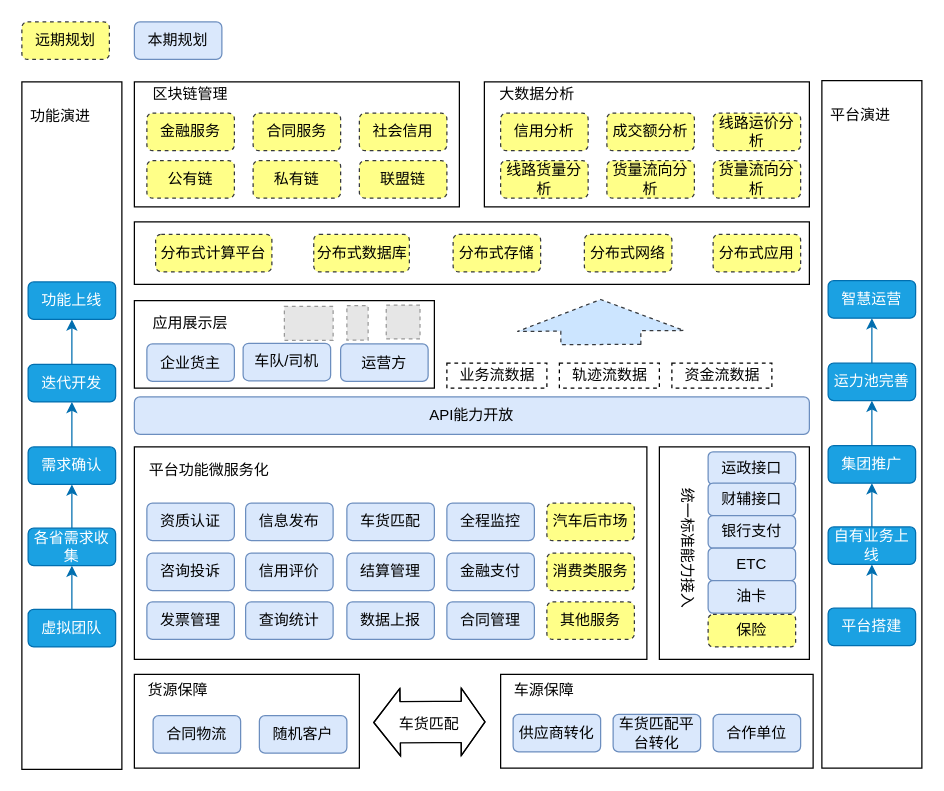
Earlier version of the draw.io diagram 平台业务架构.drawio (chenyibang/rdpwrap). Source tidied: cells renumbered, new cells numbered last; positions are measured from the earlier drawing's top-left corner, leaving out a move shared by most shapes. Both pictures are drawn from the tidied source at 125%, with x=0, y=0 at pixel (21, 21). Pictures stored in the file or linked from it are replaced by grey dashed boxes.
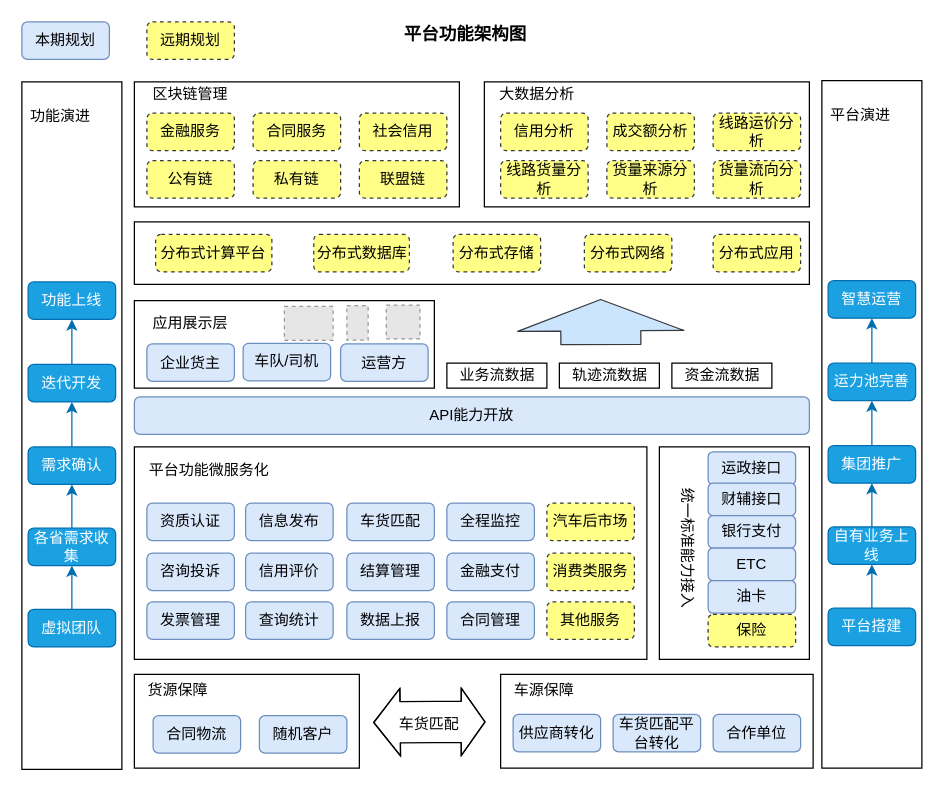
Above is the later version.

Commit message:
更新平台业务架构.drawio

What changed in the source:
```diff
@@
-    <mxCell id="54" value="业务流数据" style="text;html=1;align=center;verticalAlign=middle;rounded=0;strokeColor=#000000;dashed=1;" parent="1" vertex="1">
+    <mxCell id="54" value="业务流数据" style="text;html=1;align=center;verticalAlign=middle;rounded=0;strokeColor=#000000;" parent="1" vertex="1">
       <mxGeometry x="340" y="273" width="80" height="20" as="geometry" />
     </mxCell>
-    <mxCell id="55" style="endArrow=classic;html=1;strokeColor=#36393d;shape=flexArrow;endWidth=68;endSize=8.05;width=64;fillColor=#cce5ff;dashed=1;" parent="1" edge="1">
+    <mxCell id="55" style="endArrow=classic;html=1;strokeColor=#36393d;shape=flexArrow;endWidth=68;endSize=8.05;width=64;fillColor=#cce5ff;" parent="1" edge="1">
       <mxGeometry relative="1" as="geometry">
         <mxPoint x="463.2" y="258.6" as="sourcePoint" />
         <mxPoint x="463" y="221.6" as="targetPoint" />
       </mxGeometry>
     </mxCell>
-    <mxCell id="56" value="轨迹流数据" style="text;html=1;align=center;verticalAlign=middle;strokeColor=#000000;dashed=1;" parent="1" vertex="1">
+    <mxCell id="56" value="轨迹流数据" style="text;html=1;align=center;verticalAlign=middle;strokeColor=#000000;" parent="1" vertex="1">
       <mxGeometry x="430" y="273" width="80" height="20" as="geometry" />
     </mxCell>
-    <mxCell id="57" value="资金流数据" style="text;html=1;align=center;verticalAlign=middle;strokeColor=#000000;dashed=1;" parent="1" vertex="1">
+    <mxCell id="57" value="资金流数据" style="text;html=1;align=center;verticalAlign=middle;strokeColor=#000000;" parent="1" vertex="1">
       <mxGeometry x="520" y="273" width="80" height="20" as="geometry" />
     </mxCell>
@@
-    <mxCell id="77" value="货量流向分析" style="rounded=1;whiteSpace=wrap;html=1;fillColor=#ffff88;strokeColor=#36393d;dashed=1;" parent="1" vertex="1">
+    <mxCell id="77" value="货量来源分析" style="rounded=1;whiteSpace=wrap;html=1;fillColor=#ffff88;strokeColor=#36393d;dashed=1;" parent="1" vertex="1">
       <mxGeometry x="468" y="111" width="70" height="30" as="geometry" />
     </mxCell>
@@
     <mxCell id="96" value="远期规划" style="rounded=1;whiteSpace=wrap;html=1;fillColor=#ffff88;strokeColor=#36393d;dashed=1;" parent="1" vertex="1">
-      <mxGeometry width="70" height="30" as="geometry" />
+      <mxGeometry x="100" width="70" height="30" as="geometry" />
     </mxCell>
     <mxCell id="97" value="本期规划" style="rounded=1;whiteSpace=wrap;html=1;fillColor=#dae8fc;strokeColor=#6c8ebf;" parent="1" vertex="1">
-      <mxGeometry x="90" width="70" height="30" as="geometry" />
+      <mxGeometry width="70" height="30" as="geometry" />
     </mxCell>
+    <mxCell id="98" value="平台功能架构图" style="text;html=1;strokeColor=none;fillColor=none;align=center;verticalAlign=middle;whiteSpace=wrap;rounded=0;dashed=1;fontSize=14;fontStyle=1;" parent="1" vertex="1">
+      <mxGeometry x="295" width="120" height="20" as="geometry" />
+    </mxCell>
```
